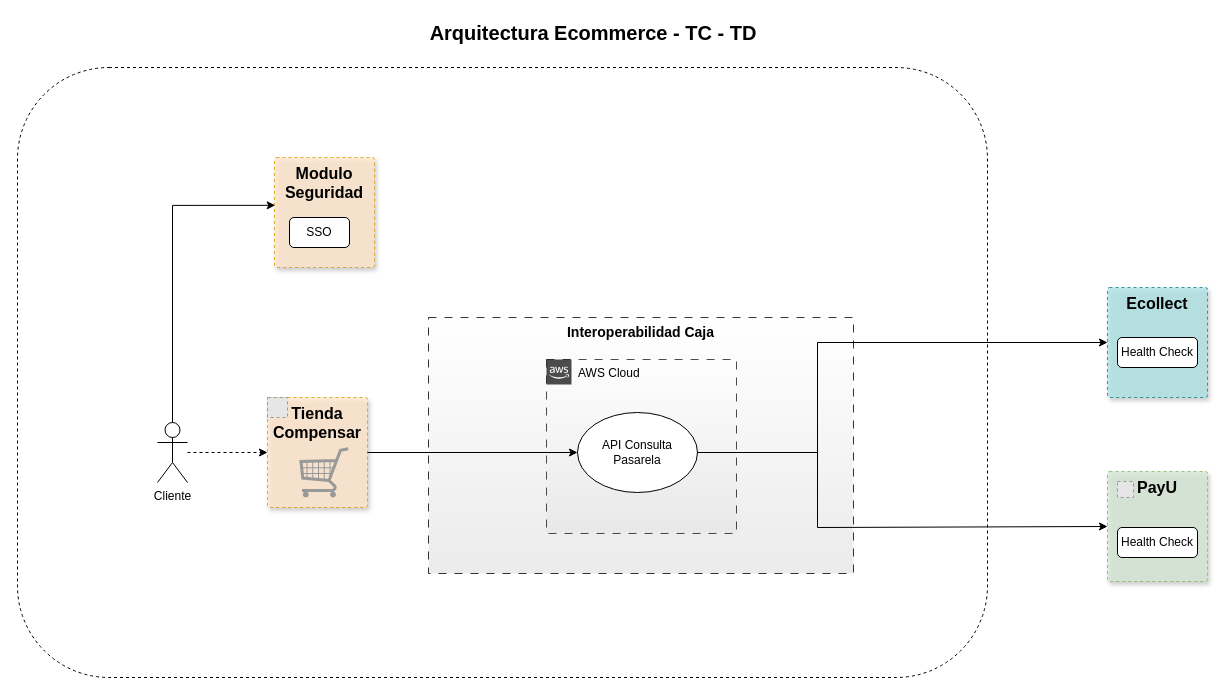
Before: page "Tienda" (1 of 2) of Pasarela contingente.drawio in carlosvalderrama1204/diagrams, a draw.io diagram. Source tidied: cells renumbered, new cells numbered last; positions are measured from the earlier drawing's top-left corner, leaving out a move shared by most shapes. Both pictures are drawn from the tidied source at 100%, with x=0, y=0 at pixel (17, 17). Pictures stored in the file or linked from it are replaced by grey dashed boxes.
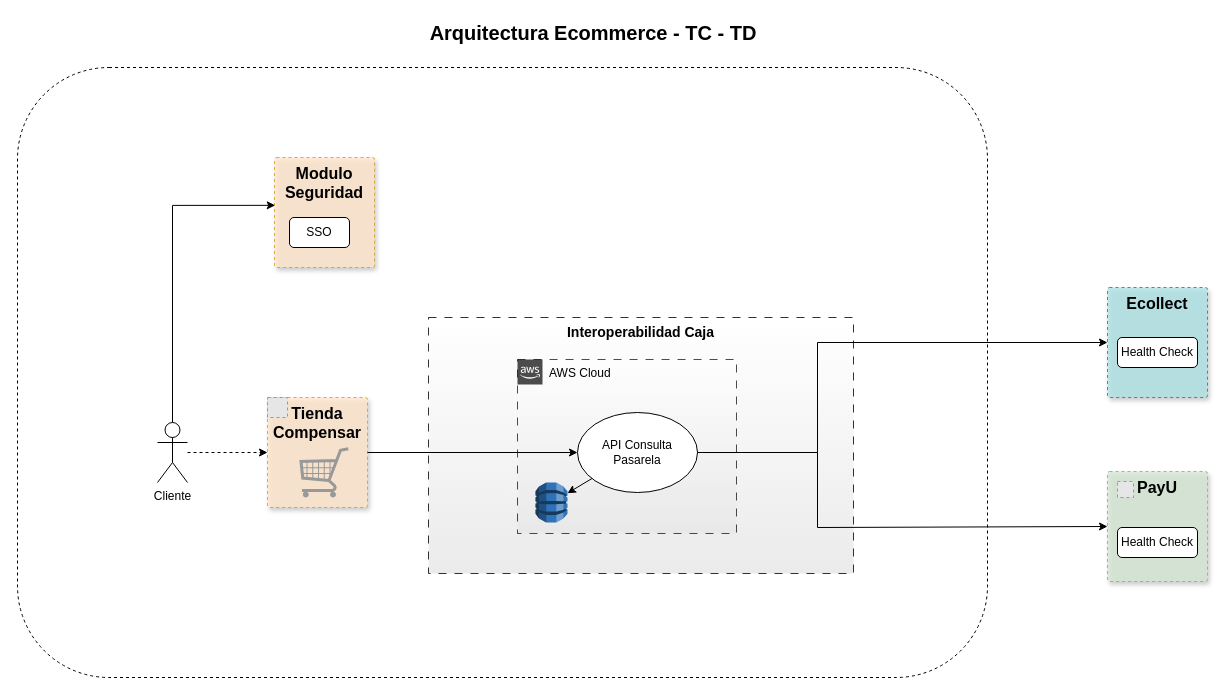
After the change.

The change refers to these unchanged cells:
```xml
<mxCell id="17" value="API Consulta Pasarela" style="ellipse;whiteSpace=wrap;html=1;" parent="1" vertex="1">
  <mxGeometry x="560" y="395" width="120" height="80" as="geometry" />
</mxCell>
```

What changed in the source:
```diff
@@
     <mxCell id="15" value="AWS Cloud" style="html=1;whiteSpace=wrap;fontSize=12;fontStyle=0;shape=mxgraph.aws4.group;grIcon=mxgraph.aws4.group_aws_cloud_alt;fillColor=default;verticalAlign=top;align=left;spacingLeft=30;dashed=1;fillStyle=auto;gradientColor=#E6E6E6;dashPattern=8 8;rounded=1;opacity=70;" parent="1" vertex="1">
-      <mxGeometry x="529" y="342" width="190" height="174" as="geometry" />
+      <mxGeometry x="500" y="342" width="219" height="174" as="geometry" />
     </mxCell>
@@
+    <mxCell id="23" style="outlineConnect=0;dashed=0;verticalLabelPosition=bottom;verticalAlign=top;align=center;html=1;shape=mxgraph.aws3.dynamo_db;fillColor=#2E73B8;gradientColor=none;" parent="1" vertex="1">
+      <mxGeometry x="518" y="465" width="32" height="40" as="geometry" />
+    </mxCell>
+    <mxCell id="24" style="endArrow=classic;html=1;rounded=0;" parent="1" edge="1" source="17" target="23">
+      <mxGeometry relative="1" as="geometry" />
+    </mxCell>
```
